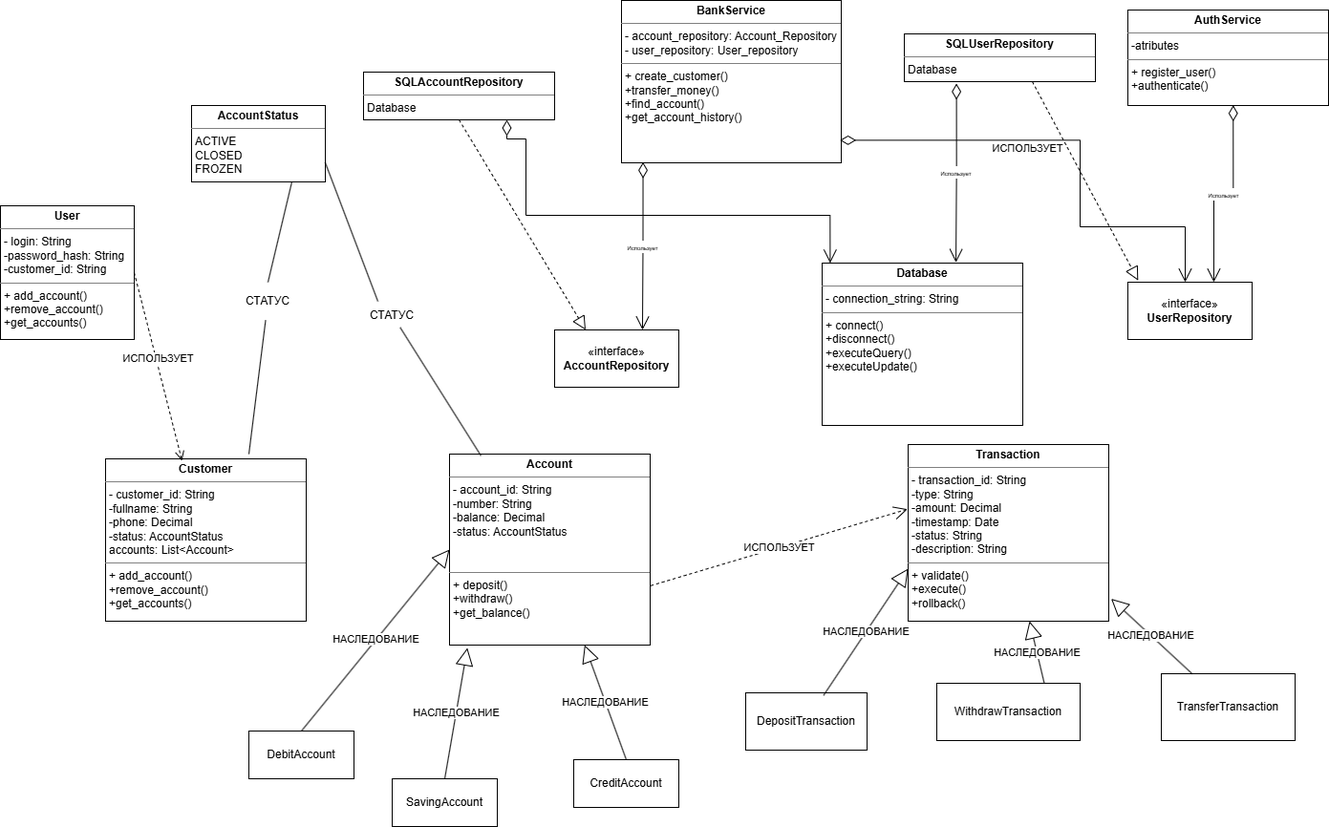
kmozgovoj11-rgb/bank_simulator keeps this draw.io diagram as class_diagram.drawio.png. Above is the earlier version. Source tidied: cells renumbered, new cells last; positions are measured from the earlier drawing's top-left corner, leaving out a move shared by most shapes.
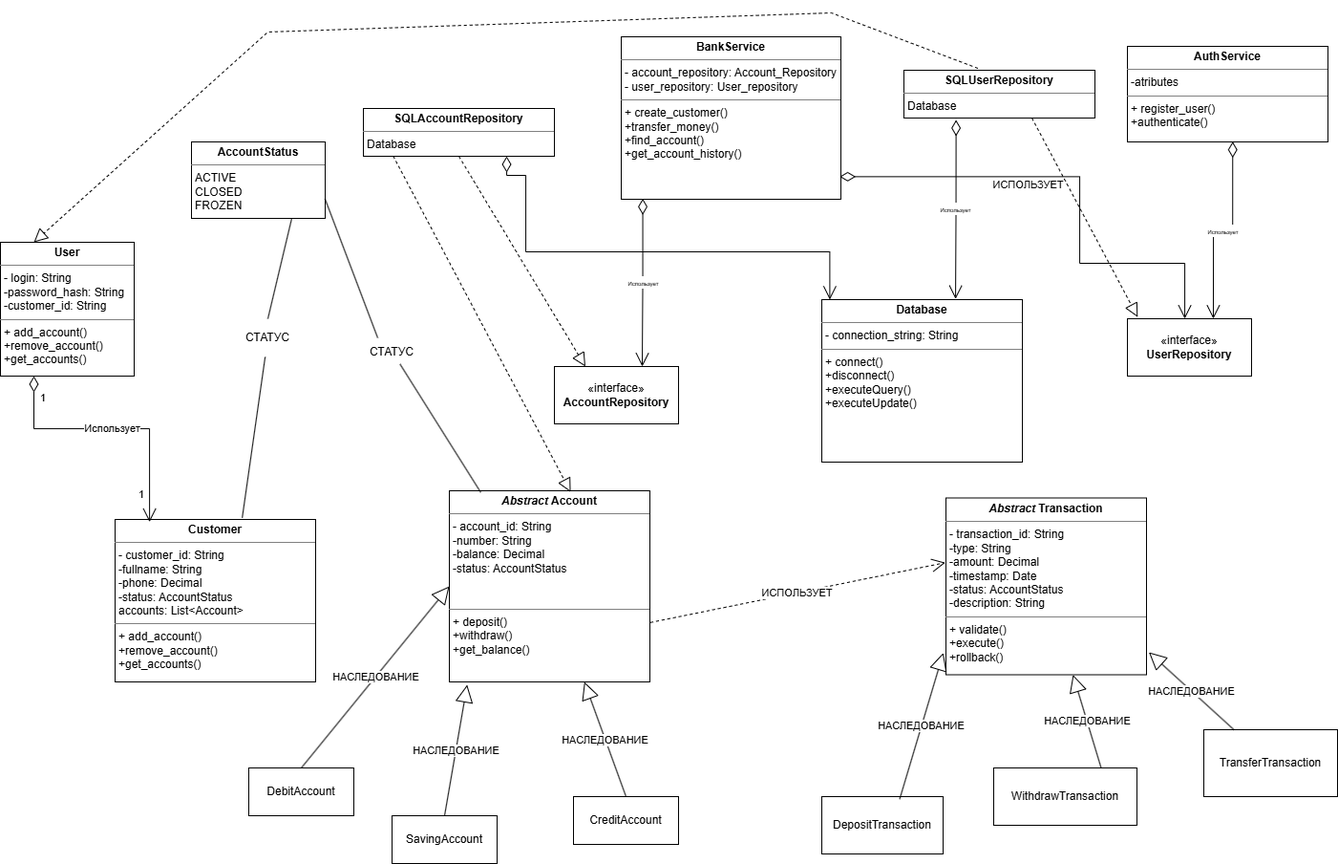
The same diagram one commit later.

The edit, as a diff of the source:
```diff
@@ -2,7 +2,7 @@
   <root>
     <mxCell id="0" />
     <mxCell id="1" parent="0" />
-    <mxCell id="2" value="&lt;p style=&quot;margin:0px;margin-top:4px;text-align:center;&quot;&gt;&lt;b&gt;Account&lt;/b&gt;&lt;/p&gt;&lt;hr size=&quot;1&quot; style=&quot;border-style:solid;&quot;&gt;&lt;p style=&quot;margin:0px;margin-left:4px;&quot;&gt;- account_id: String&lt;/p&gt;&lt;p style=&quot;margin:0px;margin-left:4px;&quot;&gt;-number: String&lt;/p&gt;&lt;p style=&quot;margin:0px;margin-left:4px;&quot;&gt;-balance: Decimal&lt;/p&gt;&lt;p style=&quot;margin:0px;margin-left:4px;&quot;&gt;-status: AccountStatus&lt;/p&gt;&lt;p style=&quot;margin:0px;margin-left:4px;&quot;&gt;&lt;br&gt;&lt;/p&gt;&lt;p style=&quot;margin:0px;margin-left:4px;&quot;&gt;&lt;br&gt;&lt;/p&gt;&lt;hr size=&quot;1&quot; style=&quot;border-style:solid;&quot;&gt;&lt;p style=&quot;margin:0px;margin-left:4px;&quot;&gt;+ deposit()&lt;/p&gt;&lt;p style=&quot;margin:0px;margin-left:4px;&quot;&gt;+withdraw()&lt;/p&gt;&lt;p style=&quot;margin:0px;margin-left:4px;&quot;&gt;+get_balance()&lt;/p&gt;" style="verticalAlign=top;align=left;overflow=fill;html=1;whiteSpace=wrap;" parent="1" vertex="1">
+    <mxCell id="2" value="&lt;p style=&quot;margin:0px;margin-top:4px;text-align:center;&quot;&gt;&lt;b&gt;&lt;i&gt;Abstract &lt;/i&gt;Account&lt;/b&gt;&lt;/p&gt;&lt;hr size=&quot;1&quot; style=&quot;border-style:solid;&quot;&gt;&lt;p style=&quot;margin:0px;margin-left:4px;&quot;&gt;- account_id: String&lt;/p&gt;&lt;p style=&quot;margin:0px;margin-left:4px;&quot;&gt;-number: String&lt;/p&gt;&lt;p style=&quot;margin:0px;margin-left:4px;&quot;&gt;-balance: Decimal&lt;/p&gt;&lt;p style=&quot;margin:0px;margin-left:4px;&quot;&gt;-status: AccountStatus&lt;/p&gt;&lt;p style=&quot;margin:0px;margin-left:4px;&quot;&gt;&lt;br&gt;&lt;/p&gt;&lt;p style=&quot;margin:0px;margin-left:4px;&quot;&gt;&lt;br&gt;&lt;/p&gt;&lt;hr size=&quot;1&quot; style=&quot;border-style:solid;&quot;&gt;&lt;p style=&quot;margin:0px;margin-left:4px;&quot;&gt;+ deposit()&lt;/p&gt;&lt;p style=&quot;margin:0px;margin-left:4px;&quot;&gt;+withdraw()&lt;/p&gt;&lt;p style=&quot;margin:0px;margin-left:4px;&quot;&gt;+get_balance()&lt;/p&gt;" style="verticalAlign=top;align=left;overflow=fill;html=1;whiteSpace=wrap;" parent="1" vertex="1">
       <mxGeometry x="470" y="475" width="210" height="200" as="geometry" />
     </mxCell>
     <mxCell id="3" value="DebitAccount" style="html=1;whiteSpace=wrap;" parent="1" vertex="1">
@@ -14,20 +14,20 @@
     <mxCell id="5" value="CreditAccount" style="html=1;whiteSpace=wrap;" parent="1" vertex="1">
       <mxGeometry x="600" y="795" width="110" height="50" as="geometry" />
     </mxCell>
-    <mxCell id="6" value="&lt;p style=&quot;margin:0px;margin-top:4px;text-align:center;&quot;&gt;&lt;b&gt;Transaction&lt;/b&gt;&lt;/p&gt;&lt;hr size=&quot;1&quot; style=&quot;border-style:solid;&quot;&gt;&lt;p style=&quot;margin:0px;margin-left:4px;&quot;&gt;- transaction_id: String&lt;/p&gt;&lt;p style=&quot;margin:0px;margin-left:4px;&quot;&gt;-type: String&lt;/p&gt;&lt;p style=&quot;margin:0px;margin-left:4px;&quot;&gt;-amount: Decimal&lt;/p&gt;&lt;p style=&quot;margin:0px;margin-left:4px;&quot;&gt;-timestamp: Date&lt;/p&gt;&lt;p style=&quot;margin:0px;margin-left:4px;&quot;&gt;-status: String&lt;/p&gt;&lt;p style=&quot;margin:0px;margin-left:4px;&quot;&gt;-description: String&lt;/p&gt;&lt;hr size=&quot;1&quot; style=&quot;border-style:solid;&quot;&gt;&lt;p style=&quot;margin:0px;margin-left:4px;&quot;&gt;+ validate()&lt;/p&gt;&lt;p style=&quot;margin:0px;margin-left:4px;&quot;&gt;+execute()&lt;/p&gt;&lt;p style=&quot;margin:0px;margin-left:4px;&quot;&gt;+rollback()&lt;/p&gt;" style="verticalAlign=top;align=left;overflow=fill;html=1;whiteSpace=wrap;" parent="1" vertex="1">
-      <mxGeometry x="950" y="465" width="210" height="185" as="geometry" />
+    <mxCell id="6" value="&lt;p style=&quot;margin:0px;margin-top:4px;text-align:center;&quot;&gt;&lt;b&gt;&lt;i&gt;Abstract &lt;/i&gt;Transaction&lt;/b&gt;&lt;/p&gt;&lt;hr size=&quot;1&quot; style=&quot;border-style:solid;&quot;&gt;&lt;p style=&quot;margin:0px;margin-left:4px;&quot;&gt;- transaction_id: String&lt;/p&gt;&lt;p style=&quot;margin:0px;margin-left:4px;&quot;&gt;-type: String&lt;/p&gt;&lt;p style=&quot;margin:0px;margin-left:4px;&quot;&gt;-amount: Decimal&lt;/p&gt;&lt;p style=&quot;margin:0px;margin-left:4px;&quot;&gt;-timestamp: Date&lt;/p&gt;&lt;p style=&quot;margin:0px;margin-left:4px;&quot;&gt;-status: AccountStatus&lt;/p&gt;&lt;p style=&quot;margin:0px;margin-left:4px;&quot;&gt;-description: String&lt;/p&gt;&lt;hr size=&quot;1&quot; style=&quot;border-style:solid;&quot;&gt;&lt;p style=&quot;margin:0px;margin-left:4px;&quot;&gt;+ validate()&lt;/p&gt;&lt;p style=&quot;margin:0px;margin-left:4px;&quot;&gt;+execute()&lt;/p&gt;&lt;p style=&quot;margin:0px;margin-left:4px;&quot;&gt;+rollback()&lt;/p&gt;" style="verticalAlign=top;align=left;overflow=fill;html=1;whiteSpace=wrap;" parent="1" vertex="1">
+      <mxGeometry x="990" y="482.5" width="210" height="185" as="geometry" />
     </mxCell>
     <mxCell id="7" value="TransferTransaction" style="html=1;whiteSpace=wrap;" parent="1" vertex="1">
-      <mxGeometry x="1215" y="705" width="140" height="70" as="geometry" />
+      <mxGeometry x="1260" y="725" width="140" height="70" as="geometry" />
     </mxCell>
     <mxCell id="8" value="WithdrawTransaction" style="html=1;whiteSpace=wrap;" parent="1" vertex="1">
-      <mxGeometry x="980" y="715" width="150" height="60" as="geometry" />
+      <mxGeometry x="1040" y="765" width="150" height="60" as="geometry" />
     </mxCell>
     <mxCell id="9" value="DepositTransaction" style="html=1;whiteSpace=wrap;" parent="1" vertex="1">
-      <mxGeometry x="780" y="725" width="127" height="60" as="geometry" />
+      <mxGeometry x="860" y="795" width="127" height="60" as="geometry" />
     </mxCell>
     <mxCell id="10" value="&lt;p style=&quot;margin:0px;margin-top:4px;text-align:center;&quot;&gt;&lt;b&gt;Customer&lt;/b&gt;&lt;/p&gt;&lt;hr size=&quot;1&quot; style=&quot;border-style:solid;&quot;&gt;&lt;p style=&quot;margin:0px;margin-left:4px;&quot;&gt;- customer_id: String&lt;/p&gt;&lt;p style=&quot;margin:0px;margin-left:4px;&quot;&gt;-fullname: String&lt;/p&gt;&lt;p style=&quot;margin:0px;margin-left:4px;&quot;&gt;-phone: Decimal&lt;/p&gt;&lt;p style=&quot;margin:0px;margin-left:4px;&quot;&gt;-status: AccountStatus&lt;/p&gt;&lt;p style=&quot;margin:0px;margin-left:4px;&quot;&gt;accounts: List&amp;lt;Account&amp;gt;&lt;/p&gt;&lt;hr size=&quot;1&quot; style=&quot;border-style:solid;&quot;&gt;&lt;p style=&quot;margin:0px;margin-left:4px;&quot;&gt;+ add_account()&lt;/p&gt;&lt;p style=&quot;margin:0px;margin-left:4px;&quot;&gt;+remove_account()&lt;/p&gt;&lt;p style=&quot;margin:0px;margin-left:4px;&quot;&gt;+get_accounts()&lt;/p&gt;" style="verticalAlign=top;align=left;overflow=fill;html=1;whiteSpace=wrap;" parent="1" vertex="1">
-      <mxGeometry x="110" y="480" width="210" height="170" as="geometry" />
+      <mxGeometry x="120" y="505" width="210" height="170" as="geometry" />
     </mxCell>
     <mxCell id="11" value="&lt;p style=&quot;margin:0px;margin-top:4px;text-align:center;&quot;&gt;&lt;b&gt;User&lt;/b&gt;&lt;/p&gt;&lt;hr size=&quot;1&quot; style=&quot;border-style:solid;&quot;&gt;&lt;p style=&quot;margin:0px;margin-left:4px;&quot;&gt;- login: String&lt;/p&gt;&lt;p style=&quot;margin:0px;margin-left:4px;&quot;&gt;-password_hash: String&lt;/p&gt;&lt;p style=&quot;margin:0px;margin-left:4px;&quot;&gt;-customer_id: String&lt;/p&gt;&lt;hr size=&quot;1&quot; style=&quot;border-style:solid;&quot;&gt;&lt;p style=&quot;margin:0px;margin-left:4px;&quot;&gt;+ add_account()&lt;/p&gt;&lt;p style=&quot;margin:0px;margin-left:4px;&quot;&gt;+remove_account()&lt;/p&gt;&lt;p style=&quot;margin:0px;margin-left:4px;&quot;&gt;+get_accounts()&lt;/p&gt;" style="verticalAlign=top;align=left;overflow=fill;html=1;whiteSpace=wrap;" parent="1" vertex="1">
       <mxGeometry y="215" width="140" height="140" as="geometry" />
@@ -56,10 +56,8 @@
     <mxCell id="19" value="НАСЛЕДОВАНИЕ" style="endArrow=block;endSize=16;endFill=0;html=1;rounded=0;exitX=0.75;exitY=0;exitDx=0;exitDy=0;" parent="1" edge="1" source="8" target="6">
       <mxGeometry relative="1" as="geometry" />
     </mxCell>
-    <mxCell id="20" value="НАСЛЕДОВАНИЕ" style="endArrow=block;endSize=16;endFill=0;html=1;rounded=0;exitX=0.642;exitY=0.044;exitDx=0;exitDy=0;entryX=-0.006;entryY=0.601;entryDx=0;entryDy=0;entryPerimeter=0;exitPerimeter=0;" parent="1" edge="1" source="9">
-      <mxGeometry relative="1" as="geometry">
-        <mxPoint x="950" y="595" as="targetPoint" />
-      </mxGeometry>
+    <mxCell id="20" value="НАСЛЕДОВАНИЕ" style="endArrow=block;endSize=16;endFill=0;html=1;rounded=0;exitX=0.642;exitY=0.044;exitDx=0;exitDy=0;entryX=-0.013;entryY=0.876;entryDx=0;entryDy=0;entryPerimeter=0;exitPerimeter=0;" parent="1" edge="1" source="9" target="6">
+      <mxGeometry relative="1" as="geometry" />
     </mxCell>
     <mxCell id="21" value="«interface»&lt;br&gt;&lt;b&gt;AccountRepository&lt;/b&gt;" style="html=1;whiteSpace=wrap;" parent="1" vertex="1">
       <mxGeometry x="580" y="345" width="130" height="60" as="geometry" />
@@ -91,13 +89,8 @@
     <mxCell id="28" value="СТАТУС" style="text;html=1;whiteSpace=wrap;strokeColor=none;fillColor=none;align=center;verticalAlign=middle;rounded=0;rotation=0;" parent="1" vertex="1">
       <mxGeometry x="380" y="315" width="60" height="30" as="geometry" />
     </mxCell>
-    <mxCell id="29" value="ИСПОЛЬЗУЕТ" style="html=1;verticalAlign=bottom;endArrow=open;dashed=1;endSize=8;curved=0;rounded=0;entryX=0.381;entryY=0.012;entryDx=0;entryDy=0;exitX=1;exitY=0.5;exitDx=0;exitDy=0;entryPerimeter=0;" parent="1" edge="1" source="11" target="10">
-      <mxGeometry relative="1" as="geometry" />
-    </mxCell>
-    <mxCell id="30" style="endArrow=none;html=1;rounded=0;" parent="1" edge="1" target="31">
-      <mxGeometry relative="1" as="geometry">
-        <mxPoint x="260" y="475" as="sourcePoint" />
-      </mxGeometry>
+    <mxCell id="30" style="endArrow=none;html=1;rounded=0;exitX=0.634;exitY=-0.01;exitDx=0;exitDy=0;exitPerimeter=0;" parent="1" edge="1" source="10" target="31">
+      <mxGeometry relative="1" as="geometry" />
     </mxCell>
     <mxCell id="31" value="СТАТУС" style="text;html=1;whiteSpace=wrap;strokeColor=none;fillColor=none;align=center;verticalAlign=middle;rounded=0;rotation=0;" parent="1" vertex="1">
       <mxGeometry x="250" y="295" width="60" height="40" as="geometry" />
@@ -142,5 +135,34 @@
         </Array>
       </mxGeometry>
     </mxCell>
+    <mxCell id="29" value="Использует" style="endArrow=open;html=1;endSize=12;startArrow=diamondThin;startSize=14;startFill=0;edgeStyle=orthogonalEdgeStyle;rounded=0;entryX=0.172;entryY=0.016;entryDx=0;entryDy=0;entryPerimeter=0;exitX=0.25;exitY=1;exitDx=0;exitDy=0;" parent="1" edge="1" source="11" target="10">
+      <mxGeometry relative="1" as="geometry">
+        <Array as="points">
+          <mxPoint x="35" y="410" />
+          <mxPoint x="156" y="410" />
+        </Array>
+      </mxGeometry>
+    </mxCell>
+    <mxCell id="41" value="1" style="edgeLabel;html=1;align=left;verticalAlign=top;" parent="29" vertex="1">
+      <mxGeometry x="-1" relative="1" as="geometry">
+        <mxPoint x="5" y="10" as="offset" />
+      </mxGeometry>
+    </mxCell>
+    <mxCell id="42" value="1" style="edgeLabel;html=1;align=right;verticalAlign=top;" parent="29" vertex="1">
+      <mxGeometry x="1" relative="1" as="geometry">
+        <mxPoint x="-6" y="-42" as="offset" />
+      </mxGeometry>
+    </mxCell>
+    <mxCell id="43" style="endArrow=block;dashed=1;endFill=0;endSize=12;html=1;rounded=0;exitX=0.156;exitY=0.994;exitDx=0;exitDy=0;entryX=0.605;entryY=0.007;entryDx=0;entryDy=0;entryPerimeter=0;exitPerimeter=0;" parent="1" edge="1" source="32" target="2">
+      <mxGeometry relative="1" as="geometry" />
+    </mxCell>
+    <mxCell id="44" style="endArrow=block;dashed=1;endFill=0;endSize=12;html=1;rounded=0;entryX=0.25;entryY=0;entryDx=0;entryDy=0;exitX=0.387;exitY=-0.04;exitDx=0;exitDy=0;exitPerimeter=0;" parent="1" edge="1" source="33" target="11">
+      <mxGeometry relative="1" as="geometry">
+        <Array as="points">
+          <mxPoint x="870" y="-25" />
+          <mxPoint x="280" y="-5" />
+        </Array>
+      </mxGeometry>
+    </mxCell>
   </root>
 </mxGraphModel>
```
